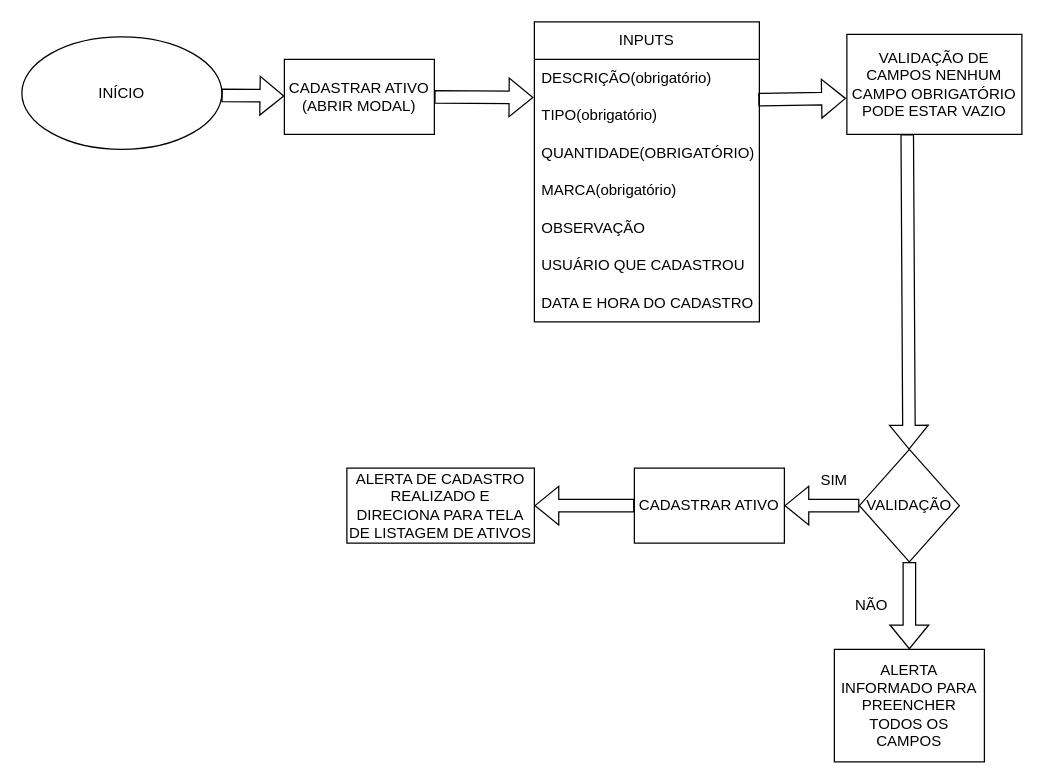
Before: fluxogramas/cadastro_ativos.drawio in asghensel/projetoCadastro, a draw.io diagram. Source tidied: cells renumbered, new cells numbered last; positions are measured from the earlier drawing's top-left corner, leaving out a move shared by most shapes. Both pictures are drawn from the tidied source at 125%, with x=0, y=0 at pixel (21, 21).
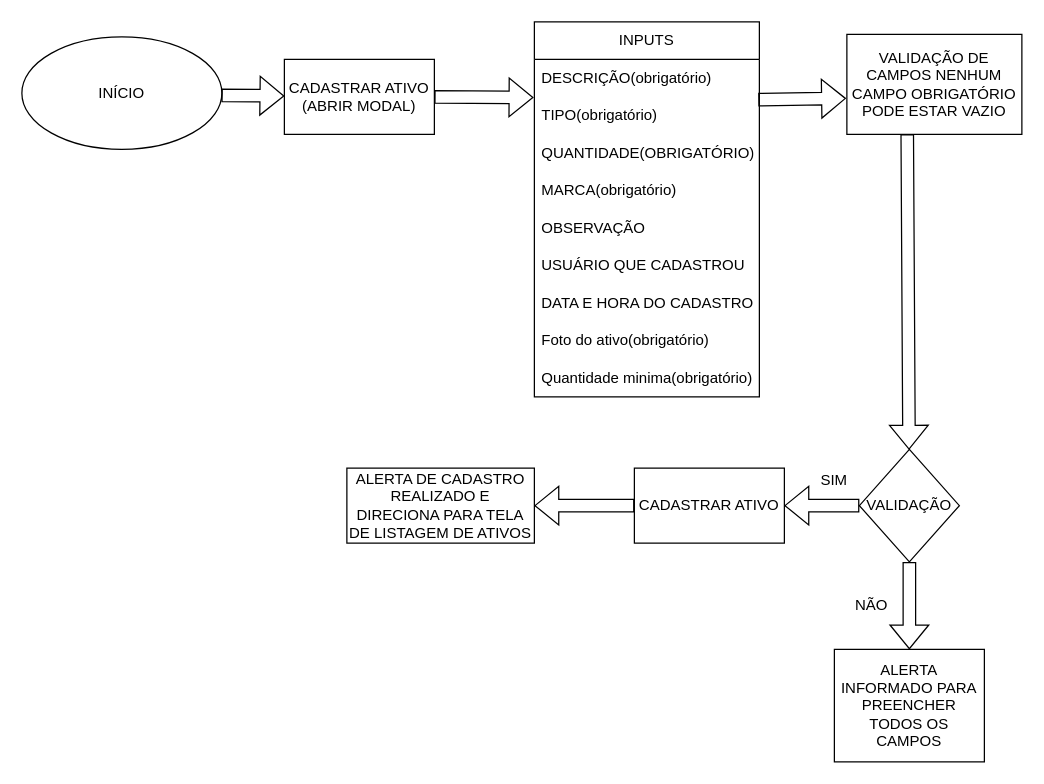
After the change.

What changed in the source:
```diff
@@
     <mxCell id="3" value="INPUTS" style="swimlane;fontStyle=0;horizontal=1;startSize=30;whiteSpace=wrap;html=1;" parent="1" vertex="1">
-      <mxGeometry x="410" width="180" height="240" as="geometry" />
+      <mxGeometry x="410" width="180" height="300" as="geometry" />
     </mxCell>
@@
+    <mxCell id="26" value="Foto do ativo(obrigatório)" style="text;strokeColor=none;fillColor=none;align=left;verticalAlign=middle;spacingLeft=4;spacingRight=4;overflow=hidden;whiteSpace=wrap;html=1;" parent="3" vertex="1">
+      <mxGeometry y="240" width="180" height="30" as="geometry" />
+    </mxCell>
+    <mxCell id="27" value="Quantidade minima(obrigatório)" style="text;strokeColor=none;fillColor=none;align=left;verticalAlign=middle;spacingLeft=4;spacingRight=4;overflow=hidden;whiteSpace=wrap;html=1;" parent="3" vertex="1">
+      <mxGeometry y="270" width="180" height="30" as="geometry" />
+    </mxCell>
```
